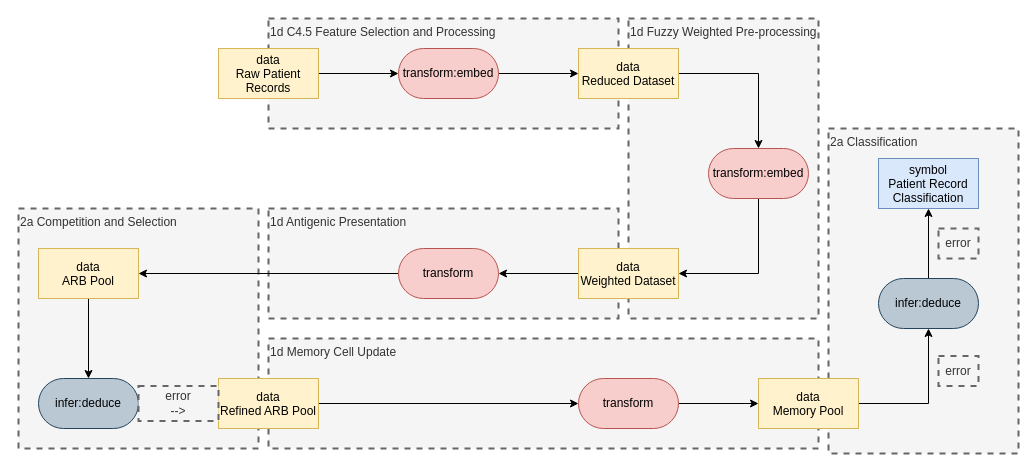
The draw.io diagram page "Page-1" (1 of 2) of medical patterns to boxologies/Rule-Based Method pre-processes input data for ML Prediction (RBML)/Hybrid approach to medical decision support systems Combining feature selection, fuzzy weighted pre-processing, AIRS.drawio in zonnesmit/thesis, before the edit. Source tidied: cells renumbered, new cells numbered last; positions are measured from the earlier drawing's top-left corner, leaving out a move shared by most shapes. Both pictures are drawn from the tidied source at 100%, with x=0, y=0 at pixel (18, 18).
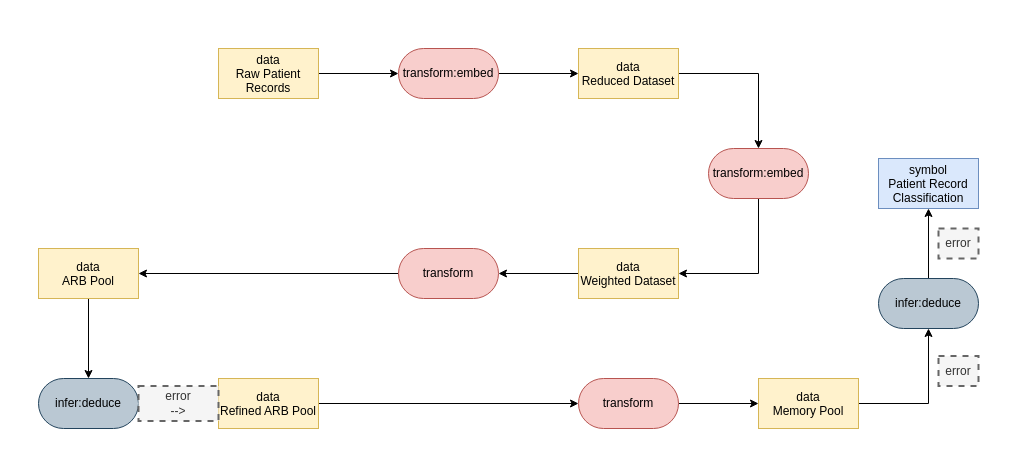
The same diagram, later.

What changed in the source:
```diff
@@
-    <mxCell id="2" value="2a Classification" style="text;html=1;align=left;verticalAlign=top;whiteSpace=wrap;rounded=0;dashed=1;fillColor=#f5f5f5;fontColor=#333333;strokeColor=#666666;strokeWidth=2;" parent="1" vertex="1">
-      <mxGeometry x="810" y="110" width="190" height="325" as="geometry" />
-    </mxCell>
-    <mxCell id="3" value="1d Memory Cell Update" style="text;html=1;align=left;verticalAlign=top;whiteSpace=wrap;rounded=0;dashed=1;fillColor=#f5f5f5;fontColor=#333333;strokeColor=#666666;strokeWidth=2;" parent="1" vertex="1">
-      <mxGeometry x="250" y="320" width="550" height="110" as="geometry" />
-    </mxCell>
-    <mxCell id="4" value="2a Competition and Selection" style="text;html=1;align=left;verticalAlign=top;whiteSpace=wrap;rounded=0;dashed=1;fillColor=#f5f5f5;fontColor=#333333;strokeColor=#666666;strokeWidth=2;" parent="1" vertex="1">
-      <mxGeometry y="190" width="240" height="240" as="geometry" />
-    </mxCell>
-    <mxCell id="5" value="1d Antigenic Presentation" style="text;html=1;align=left;verticalAlign=top;whiteSpace=wrap;rounded=0;dashed=1;fillColor=#f5f5f5;fontColor=#333333;strokeColor=#666666;strokeWidth=2;" parent="1" vertex="1">
-      <mxGeometry x="250" y="190" width="350" height="110" as="geometry" />
-    </mxCell>
-    <mxCell id="6" value="1d Fuzzy Weighted Pre-processing" style="text;html=1;align=left;verticalAlign=top;whiteSpace=wrap;rounded=0;dashed=1;fillColor=#f5f5f5;fontColor=#333333;strokeColor=#666666;strokeWidth=2;" parent="1" vertex="1">
-      <mxGeometry x="610" width="190" height="300" as="geometry" />
-    </mxCell>
-    <mxCell id="7" value="1d C4.5 Feature Selection and Processing" style="text;html=1;align=left;verticalAlign=top;whiteSpace=wrap;rounded=0;dashed=1;fillColor=#f5f5f5;fontColor=#333333;strokeColor=#666666;strokeWidth=2;" parent="1" vertex="1">
-      <mxGeometry x="250" width="350" height="110" as="geometry" />
-    </mxCell>
```
